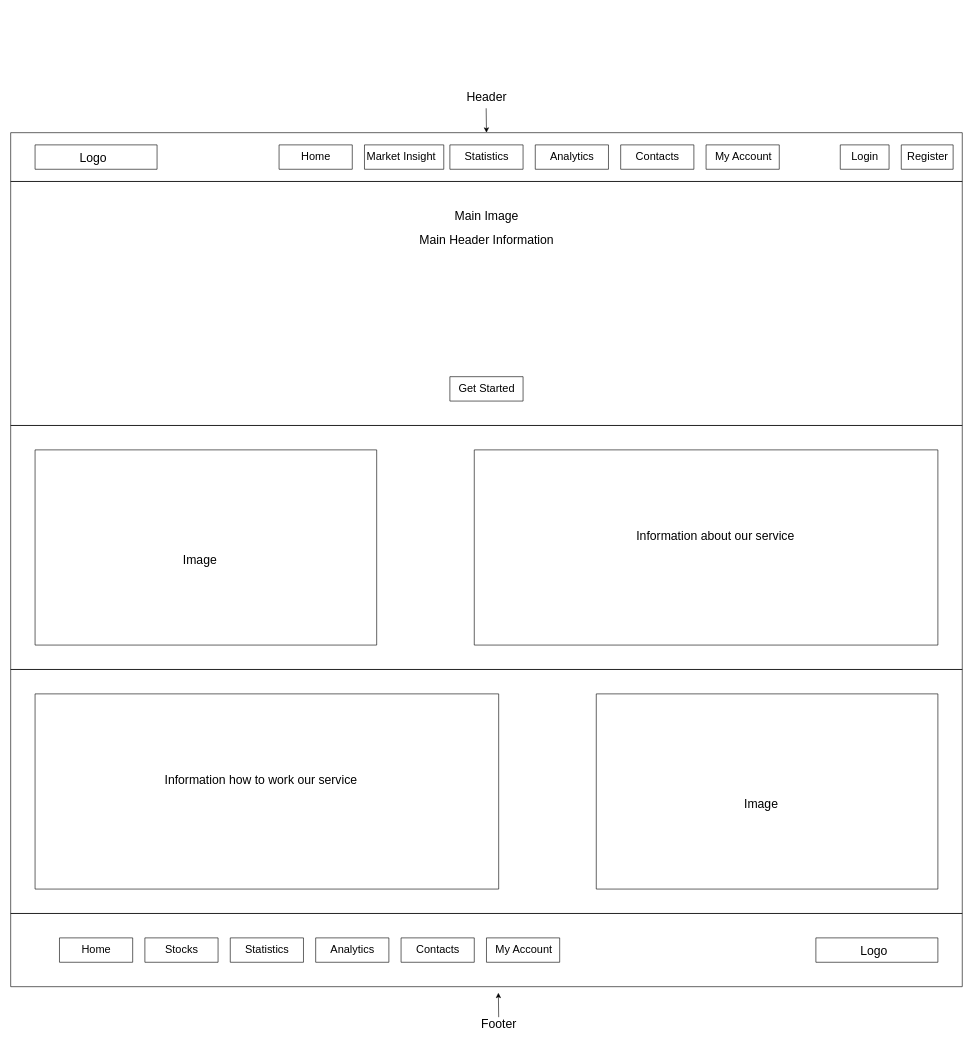
Before: Fin-Tech-Design/FinProject_Design_HomePage.drawio in Finance-Tech-Project/Fin-Tech-Design, a draw.io diagram. Source tidied: cells renumbered, new cells numbered last; positions are measured from the earlier drawing's top-left corner, leaving out a move shared by most shapes. Both pictures are drawn from the tidied source at 61%, with x=0, y=0 at pixel (10, 84).
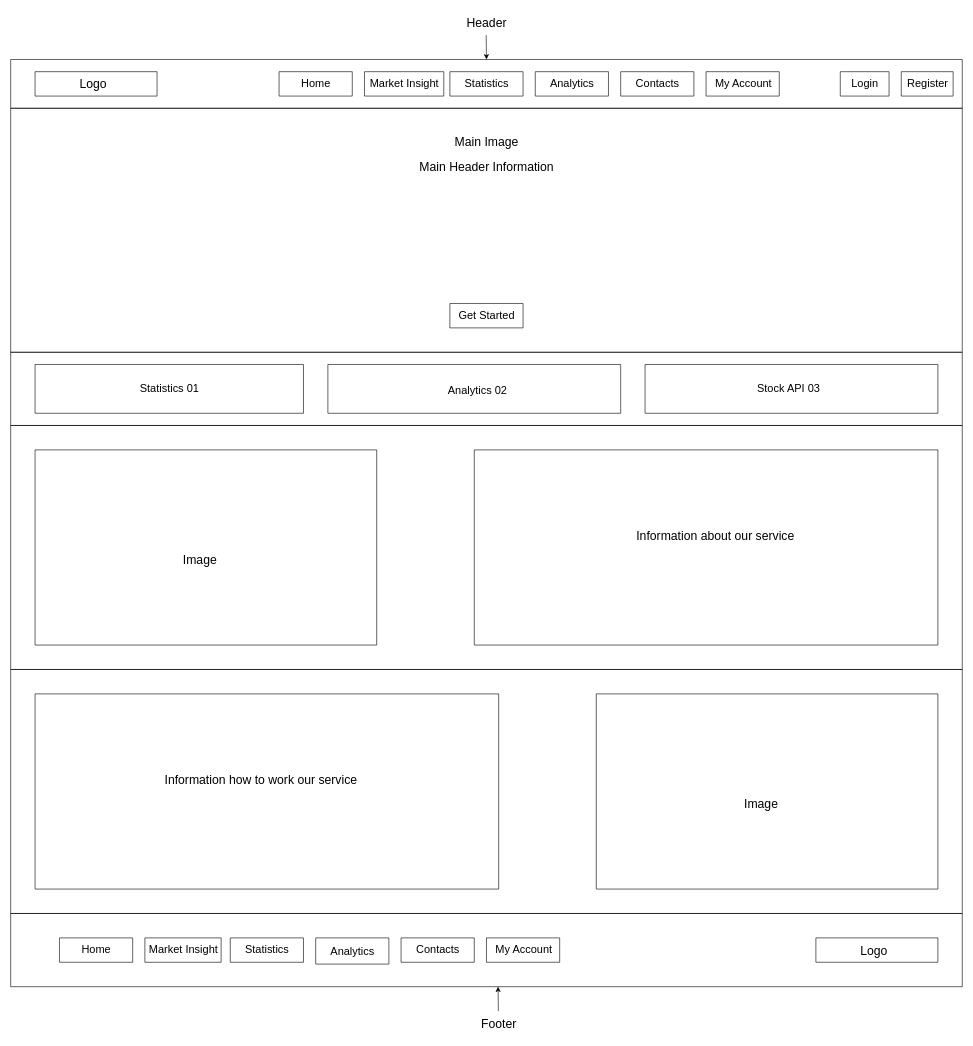
The same page after the edit.

The change refers to these unchanged cells:
```xml
<mxCell id="11" style="swimlane;startSize=0;labelBackgroundColor=none;" parent="2" vertex="1">
  <mxGeometry x="580" y="20" width="130" height="40" as="geometry" />
</mxCell>
<mxCell id="13" style="swimlane;startSize=0;labelBackgroundColor=none;" parent="2" vertex="1">
  <mxGeometry x="720" y="20" width="120" height="40" as="geometry" />
</mxCell>
<mxCell id="15" style="swimlane;startSize=0;labelBackgroundColor=none;" parent="2" vertex="1">
  <mxGeometry x="860" y="20" width="120" height="40" as="geometry" />
</mxCell>
<mxCell id="38" style="swimlane;startSize=0;labelBackgroundColor=none;" parent="1" vertex="1">
  <mxGeometry y="1360" width="1560" height="120" as="geometry" />
</mxCell>
<mxCell id="45" style="swimlane;startSize=0;labelBackgroundColor=none;" parent="38" vertex="1">
  <mxGeometry x="360" y="40" width="120" height="40" as="geometry" />
</mxCell>
```

Diff of the diagram source:
```diff
@@
     <mxCell id="2" style="swimlane;startSize=0;labelBackgroundColor=none;" parent="1" vertex="1">
-      <mxGeometry y="80" width="1560" height="80" as="geometry" />
+      <mxGeometry y="-40" width="1560" height="80" as="geometry" />
     </mxCell>
@@
-    <mxCell id="12" value="&lt;font style=&quot;font-size: 18px;&quot;&gt;Market Insight&lt;/font&gt;" style="text;html=1;align=center;verticalAlign=middle;strokeColor=none;fillColor=none;" parent="11" vertex="1">
-      <mxGeometry x="-10" width="140" height="40" as="geometry" />
-    </mxCell>
+    <mxCell id="55" value="&lt;font style=&quot;font-size: 18px;&quot;&gt;Market Insight&lt;/font&gt;" style="text;html=1;align=center;verticalAlign=middle;strokeColor=none;fillColor=none;" parent="11" vertex="1">
+      <mxGeometry x="-5" width="140" height="40" as="geometry" />
+    </mxCell>
@@
-    <mxCell id="14" value="&lt;font style=&quot;font-size: 18px;&quot;&gt;Statistics&lt;/font&gt;" style="text;html=1;align=center;verticalAlign=middle;strokeColor=none;fillColor=none;" parent="13" vertex="1">
-      <mxGeometry x="10" width="100" height="40" as="geometry" />
-    </mxCell>
+    <mxCell id="56" value="&lt;font style=&quot;font-size: 18px;&quot;&gt;Statistics&lt;/font&gt;" style="text;html=1;align=center;verticalAlign=middle;strokeColor=none;fillColor=none;" parent="13" vertex="1">
+      <mxGeometry x="10" width="100" height="40" as="geometry" />
+    </mxCell>
@@
-    <mxCell id="16" value="&lt;font style=&quot;font-size: 18px;&quot;&gt;Analytics&lt;/font&gt;" style="text;html=1;align=center;verticalAlign=middle;strokeColor=none;fillColor=none;" parent="15" vertex="1">
-      <mxGeometry x="10" width="100" height="40" as="geometry" />
-    </mxCell>
+    <mxCell id="57" value="&lt;font style=&quot;font-size: 18px;&quot;&gt;Analytics&lt;/font&gt;" style="text;html=1;align=center;verticalAlign=middle;strokeColor=none;fillColor=none;" parent="15" vertex="1">
+      <mxGeometry x="10" width="100" height="40" as="geometry" />
+    </mxCell>
@@
     <mxCell id="21" value="Header" style="text;html=1;align=center;verticalAlign=middle;strokeColor=none;fillColor=none;fontSize=20;labelBackgroundColor=none;" parent="1" vertex="1">
-      <mxGeometry x="735" width="90" height="40" as="geometry" />
+      <mxGeometry x="735" y="-120" width="90" height="40" as="geometry" />
     </mxCell>
     <mxCell id="22" style="endArrow=classic;html=1;rounded=0;labelBackgroundColor=none;fontColor=default;" parent="1" edge="1">
       <mxGeometry relative="1" as="geometry">
-        <mxPoint x="779.5" y="40" as="sourcePoint" />
-        <mxPoint x="780" y="80" as="targetPoint" />
+        <mxPoint x="779.5" y="-80" as="sourcePoint" />
+        <mxPoint x="780" y="-40" as="targetPoint" />
       </mxGeometry>
     </mxCell>
     <mxCell id="23" style="swimlane;startSize=0;labelBackgroundColor=none;" parent="1" vertex="1">
-      <mxGeometry y="160" width="1560" height="400" as="geometry" />
+      <mxGeometry y="40" width="1560" height="400" as="geometry" />
     </mxCell>
@@
     <mxCell id="43" style="swimlane;startSize=0;labelBackgroundColor=none;" parent="38" vertex="1">
-      <mxGeometry x="220" y="40" width="120" height="40" as="geometry" />
+      <mxGeometry x="220" y="40" width="125" height="40" as="geometry" />
     </mxCell>
-    <mxCell id="44" value="&lt;font style=&quot;font-size: 18px;&quot;&gt;Stocks&lt;/font&gt;" style="text;html=1;align=center;verticalAlign=middle;strokeColor=none;fillColor=none;" parent="43" vertex="1">
-      <mxGeometry x="20" width="80" height="40" as="geometry" />
-    </mxCell>
+    <mxCell id="58" value="&lt;font style=&quot;font-size: 18px;&quot;&gt;Market Insight&lt;/font&gt;" style="text;html=1;align=center;verticalAlign=middle;strokeColor=none;fillColor=none;" parent="43" vertex="1">
+      <mxGeometry x="-7.5" width="140" height="40" as="geometry" />
+    </mxCell>
@@
-    <mxCell id="46" value="&lt;font style=&quot;font-size: 18px;&quot;&gt;Statistics&lt;/font&gt;" style="text;html=1;align=center;verticalAlign=middle;strokeColor=none;fillColor=none;" parent="45" vertex="1">
-      <mxGeometry x="10" width="100" height="40" as="geometry" />
-    </mxCell>
+    <mxCell id="59" value="&lt;font style=&quot;font-size: 18px;&quot;&gt;Statistics&lt;/font&gt;" style="text;html=1;align=center;verticalAlign=middle;strokeColor=none;fillColor=none;" parent="45" vertex="1">
+      <mxGeometry x="10" width="100" height="40" as="geometry" />
+    </mxCell>
     <mxCell id="47" style="swimlane;startSize=0;labelBackgroundColor=none;" parent="38" vertex="1">
-      <mxGeometry x="500" y="40" width="120" height="40" as="geometry" />
+      <mxGeometry x="500" y="40" width="120" height="43" as="geometry" />
     </mxCell>
-    <mxCell id="48" value="&lt;font style=&quot;font-size: 18px;&quot;&gt;Analytics&lt;/font&gt;" style="text;html=1;align=center;verticalAlign=middle;strokeColor=none;fillColor=none;" parent="47" vertex="1">
-      <mxGeometry x="10" width="100" height="40" as="geometry" />
-    </mxCell>
+    <mxCell id="60" value="&lt;font style=&quot;font-size: 18px;&quot;&gt;Analytics&lt;/font&gt;" style="text;html=1;align=center;verticalAlign=middle;strokeColor=none;fillColor=none;" parent="47" vertex="1">
+      <mxGeometry x="10" y="3" width="100" height="40" as="geometry" />
+    </mxCell>
@@
     <mxCell id="54" style="endArrow=classic;html=1;rounded=0;labelBackgroundColor=none;fontColor=default;" parent="1" edge="1">
       <mxGeometry relative="1" as="geometry">
-        <mxPoint x="800" y="1530" as="sourcePoint" />
-        <mxPoint x="799.5" y="1490" as="targetPoint" />
+        <mxPoint x="799.5" y="1520" as="sourcePoint" />
+        <mxPoint x="799" y="1480" as="targetPoint" />
       </mxGeometry>
     </mxCell>
+    <mxCell id="61" style="swimlane;startSize=0;" parent="1" vertex="1">
+      <mxGeometry y="440" width="1560" height="120" as="geometry" />
+    </mxCell>
+    <mxCell id="62" style="swimlane;startSize=0;" parent="61" vertex="1">
+      <mxGeometry x="40" y="20" width="440" height="80" as="geometry" />
+    </mxCell>
+    <mxCell id="63" value="&lt;font style=&quot;font-size: 18px;&quot;&gt;Statistics 01&lt;/font&gt;" style="text;html=1;align=center;verticalAlign=middle;strokeColor=none;fillColor=none;" parent="62" vertex="1">
+      <mxGeometry x="160" y="20" width="120" height="40" as="geometry" />
+    </mxCell>
+    <mxCell id="64" style="swimlane;startSize=0;" parent="61" vertex="1">
+      <mxGeometry x="520" y="20" width="480" height="80" as="geometry" />
+    </mxCell>
+    <mxCell id="65" value="&lt;font style=&quot;font-size: 18px;&quot;&gt;Analytics 02&lt;/font&gt;" style="text;html=1;align=center;verticalAlign=middle;strokeColor=none;fillColor=none;" parent="64" vertex="1">
+      <mxGeometry x="185" y="23" width="120" height="40" as="geometry" />
+    </mxCell>
+    <mxCell id="66" style="swimlane;startSize=0;" parent="61" vertex="1">
+      <mxGeometry x="1040" y="20" width="480" height="80" as="geometry" />
+    </mxCell>
+    <mxCell id="67" value="&lt;font style=&quot;font-size: 18px;&quot;&gt;Stock API 03&lt;/font&gt;" style="text;html=1;align=center;verticalAlign=middle;strokeColor=none;fillColor=none;" parent="66" vertex="1">
+      <mxGeometry x="170" y="20" width="130" height="40" as="geometry" />
+    </mxCell>
```
